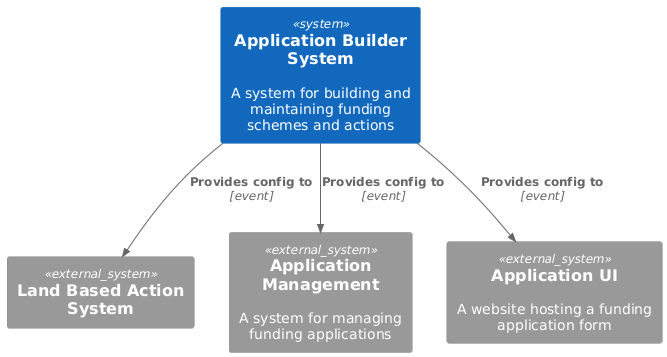
DEFRA/ffc-rps-experiment-api keeps this PlantUML diagram as docs/export/Application Builder System Context.png. Above is the earlier version. Source of this version:
```plantuml
@startuml
!include https://raw.githubusercontent.com/plantuml-stdlib/C4-PlantUML/master/C4_Context.puml

  System(builder, "Application Builder System", "A system for building and maintaining funding schemes and actions")

  System_Ext(landActions, "Land Based Action System")
  System_Ext(applicationManagement, "Application Management", "A system for managing funding applications")
  System_Ext(applicationUi, "Application UI", "A website hosting a funding application form")

  Rel(builder, landActions, "Provides config to", "event")
  Rel(builder, applicationManagement, "Provides config to", "event")
  Rel(builder, applicationUi, "Provides config to", "event")
@enduml
```
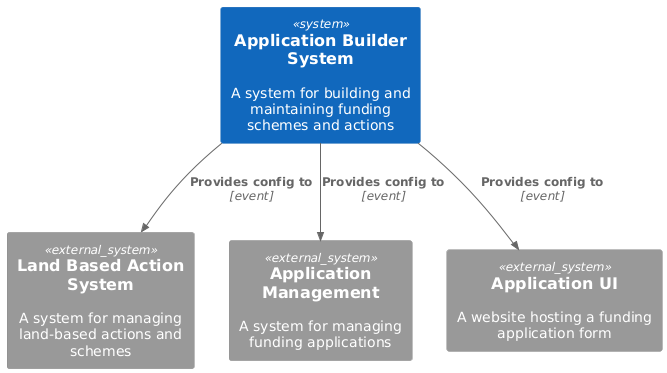
The same diagram one commit later.

Diff of the diagram source:
```diff
@@ -1,11 +1,15 @@
 @startuml
 !include https://raw.githubusercontent.com/plantuml-stdlib/C4-PlantUML/master/C4_Context.puml
+!$landActionsDescription="A system for managing land-based actions and schemes"
+!$applicationBuilderDescription="A system for building and maintaining funding schemes and actions"
+!$applicationManagementDescription="A system for managing funding applications including exceptions and rejections"
+!$applicationUiDescription="A website hosting a funding application form"
 
-  System(builder, "Application Builder System", "A system for building and maintaining funding schemes and actions")
+  System(builder, "Application Builder System", $applicationBuilderDescription)
 
-  System_Ext(landActions, "Land Based Action System")
+  System_Ext(landActions, "Land Based Action System", $landActionsDescription)
   System_Ext(applicationManagement, "Application Management", "A system for managing funding applications")
-  System_Ext(applicationUi, "Application UI", "A website hosting a funding application form")
+  System_Ext(applicationUi, "Application UI", $applicationUiDescription)
 
   Rel(builder, landActions, "Provides config to", "event")
   Rel(builder, applicationManagement, "Provides config to", "event")
```
